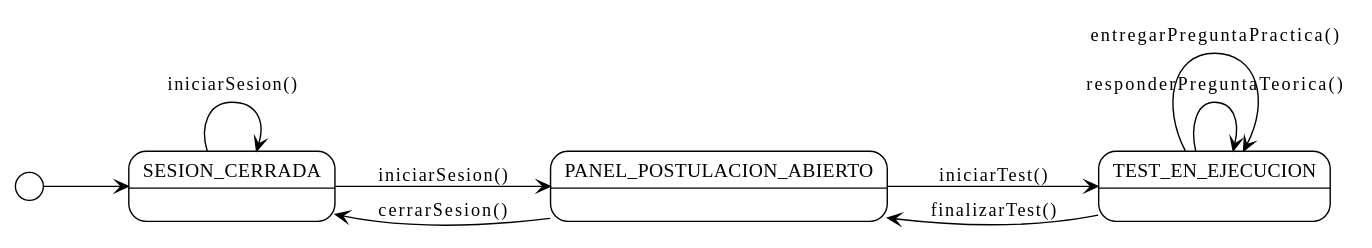
TheMoys/CTS-Academy keeps this PlantUML diagram as images/RUP/01-requisitos/01-actores-casos-uso/diagramaContextoCandidato.svg. Above is the earlier version.
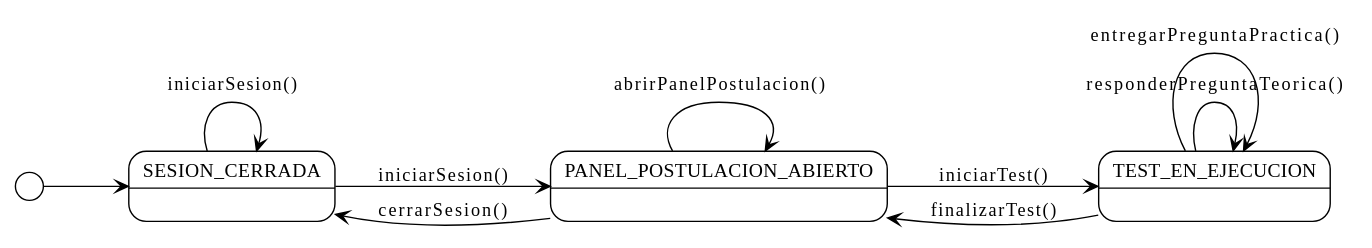
Later version of the same file.

Commit message:
feat(requisitos): detallar caso de uso abrirPanelPostulacion con bateria de 3 tests y bloqueo cruzado

Diff of the diagram source:
```diff
@@ -16,6 +16,7 @@
 SESION_CERRADA --> SESION_CERRADA : iniciarSesion()
 SESION_CERRADA --> PANEL_POSTULACION_ABIERTO : iniciarSesion()
 PANEL_POSTULACION_ABIERTO --> SESION_CERRADA : cerrarSesion()
+PANEL_POSTULACION_ABIERTO --> PANEL_POSTULACION_ABIERTO : abrirPanelPostulacion()
 
 PANEL_POSTULACION_ABIERTO --> TEST_EN_EJECUCION : iniciarTest()
 TEST_EN_EJECUCION --> TEST_EN_EJECUCION : responderPreguntaTeorica()
```
